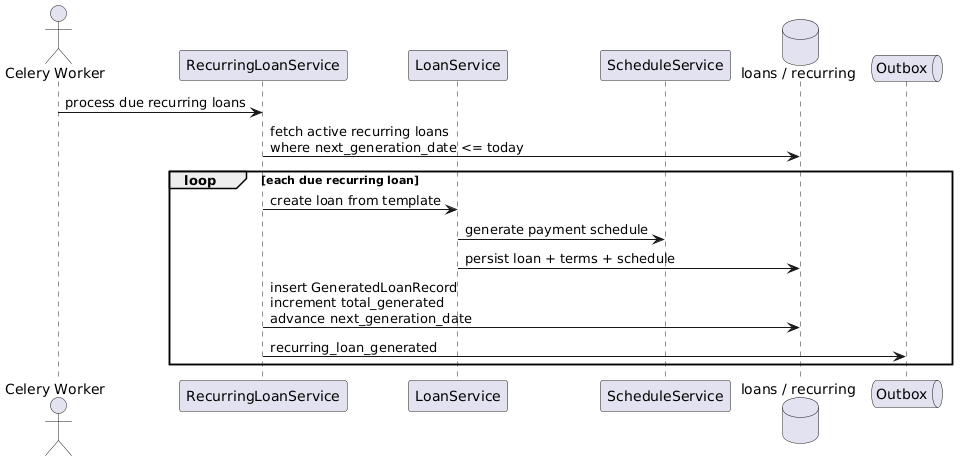
Above: docs/detailed-designs/diagrams/rendered/seq_generate_recurring_loan.png in QuinntyneBrown/LendQ (PlantUML), before the change. Its diagram source:
```plantuml
@startuml
actor "Celery Worker" as worker
participant RecurringLoanService
participant LoanService
participant ScheduleService
database "loans / recurring" as db
queue Outbox

worker -> RecurringLoanService : process due recurring loans
RecurringLoanService -> db : fetch active recurring loans\nwhere next_generation_date <= today
loop each due recurring loan
  RecurringLoanService -> LoanService : create loan from template
  LoanService -> ScheduleService : generate payment schedule
  LoanService -> db : persist loan + terms + schedule
  RecurringLoanService -> db : insert GeneratedLoanRecord\nincrement total_generated\nadvance next_generation_date
  RecurringLoanService -> Outbox : recurring_loan_generated
end
@enduml
```
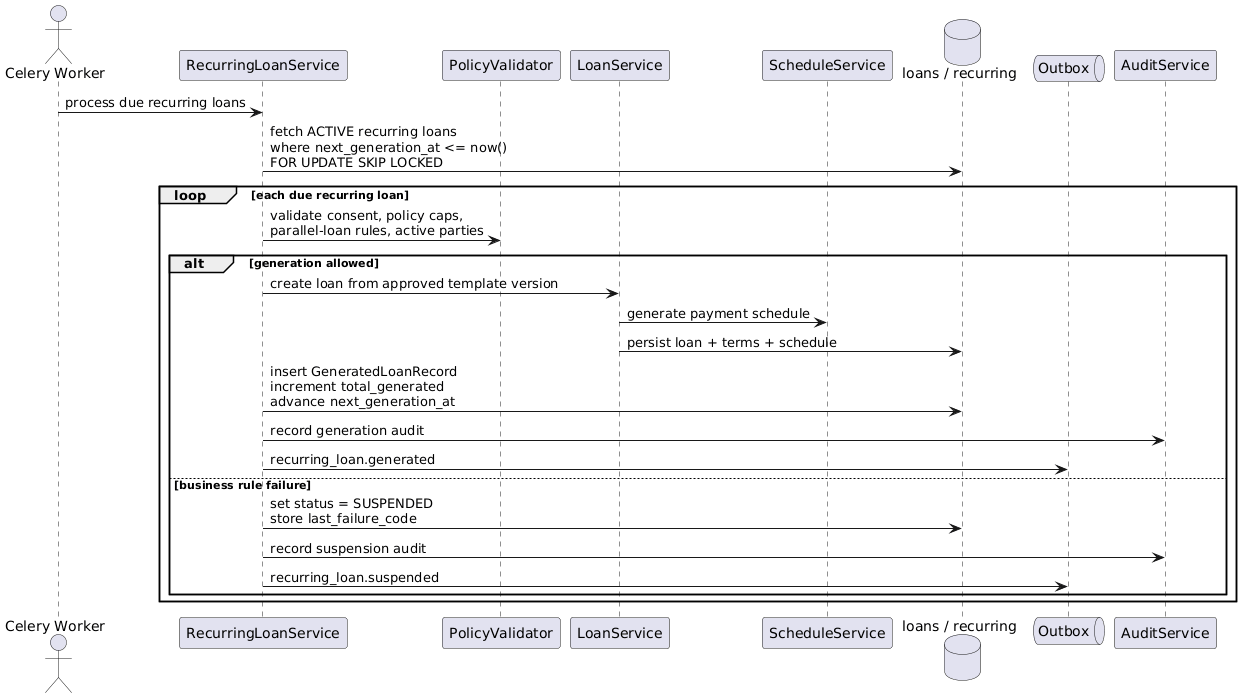
After the commit.

Change to the diagram source:
```diff
@@ -1,18 +1,28 @@
 @startuml
 actor "Celery Worker" as worker
 participant RecurringLoanService
+participant PolicyValidator
 participant LoanService
 participant ScheduleService
 database "loans / recurring" as db
 queue Outbox
+participant AuditService
 
 worker -> RecurringLoanService : process due recurring loans
-RecurringLoanService -> db : fetch active recurring loans\nwhere next_generation_date <= today
+RecurringLoanService -> db : fetch ACTIVE recurring loans\nwhere next_generation_at <= now()\nFOR UPDATE SKIP LOCKED
 loop each due recurring loan
-  RecurringLoanService -> LoanService : create loan from template
-  LoanService -> ScheduleService : generate payment schedule
-  LoanService -> db : persist loan + terms + schedule
-  RecurringLoanService -> db : insert GeneratedLoanRecord\nincrement total_generated\nadvance next_generation_date
-  RecurringLoanService -> Outbox : recurring_loan_generated
+  RecurringLoanService -> PolicyValidator : validate consent, policy caps,\nparallel-loan rules, active parties
+  alt generation allowed
+    RecurringLoanService -> LoanService : create loan from approved template version
+    LoanService -> ScheduleService : generate payment schedule
+    LoanService -> db : persist loan + terms + schedule
+    RecurringLoanService -> db : insert GeneratedLoanRecord\nincrement total_generated\nadvance next_generation_at
+    RecurringLoanService -> AuditService : record generation audit
+    RecurringLoanService -> Outbox : recurring_loan.generated
+  else business rule failure
+    RecurringLoanService -> db : set status = SUSPENDED\nstore last_failure_code
+    RecurringLoanService -> AuditService : record suspension audit
+    RecurringLoanService -> Outbox : recurring_loan.suspended
+  end
 end
 @enduml
```
